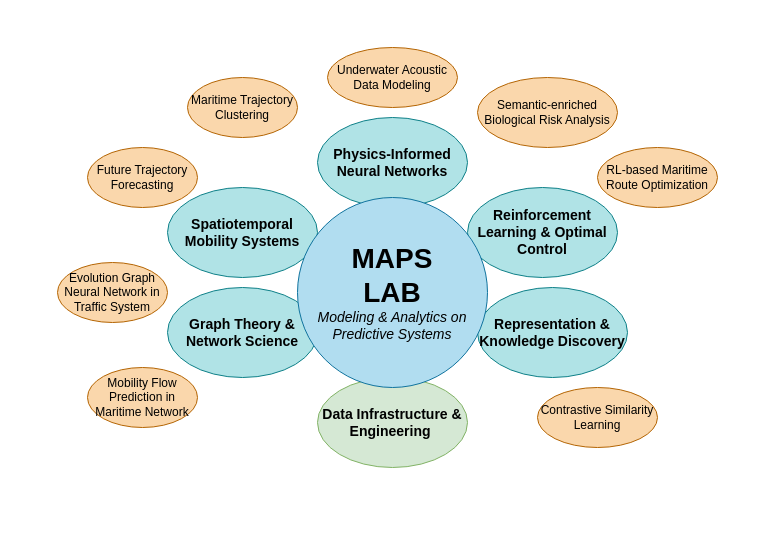
Earlier version of the draw.io diagram Images/MAPS.drawio (tsuzzy/Portfolio). Source tidied: cells renumbered, new cells numbered last; positions are measured from the earlier drawing's top-left corner, leaving out a move shared by most shapes. Both pictures are drawn from the tidied source at 100%, with x=0, y=0 at pixel (57, 47).
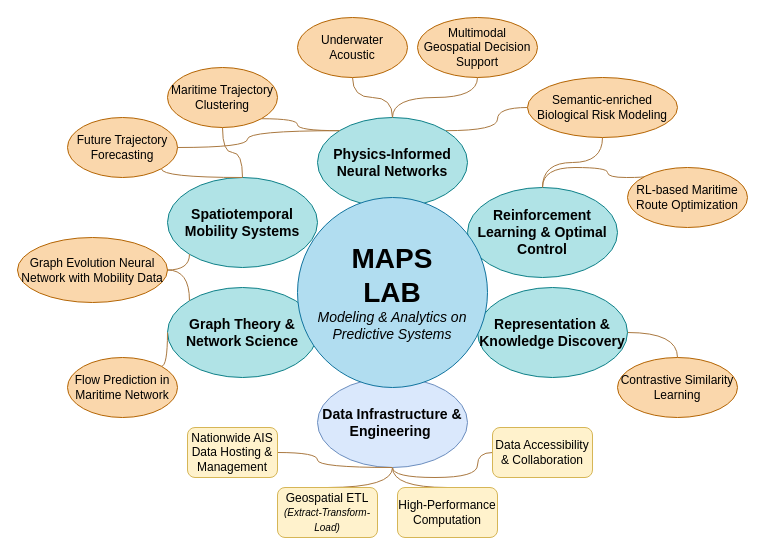
After the change.

The change refers to these unchanged cells:
```xml
<mxCell id="2" value="&lt;b&gt;&lt;font style=&quot;font-size: 14px;&quot;&gt;Physics-Informed Neural Networks&lt;/font&gt;&lt;/b&gt;" style="ellipse;whiteSpace=wrap;html=1;fillColor=#b0e3e6;strokeColor=#0e8088;" parent="1" vertex="1">
  <mxGeometry x="260" y="70" width="150" height="90" as="geometry" />
</mxCell>
<mxCell id="5" value="&lt;font style=&quot;font-size: 14px;&quot;&gt;&lt;b&gt;Reinforcement Learning &amp;amp; Optimal Control&lt;/b&gt;&lt;/font&gt;" style="ellipse;whiteSpace=wrap;html=1;fillColor=#b0e3e6;strokeColor=#0e8088;" parent="1" vertex="1">
  <mxGeometry x="410" y="140" width="150" height="90" as="geometry" />
</mxCell>
<mxCell id="6" value="&lt;font style=&quot;font-size: 14px;&quot;&gt;&lt;b&gt;Representation &amp;amp; Knowledge Discovery&lt;/b&gt;&lt;/font&gt;" style="ellipse;whiteSpace=wrap;html=1;fillColor=#b0e3e6;strokeColor=#0e8088;" parent="1" vertex="1">
  <mxGeometry x="420" y="240" width="150" height="90" as="geometry" />
</mxCell>
<mxCell id="7" value="&lt;b&gt;&lt;font style=&quot;font-size: 14px;&quot;&gt;Graph Theory &amp;amp; Network Science&lt;/font&gt;&lt;/b&gt;" style="ellipse;whiteSpace=wrap;html=1;fillColor=#b0e3e6;strokeColor=#0e8088;" parent="1" vertex="1">
  <mxGeometry x="110" y="240" width="150" height="90" as="geometry" />
</mxCell>
```

Change to the diagram source:
```diff
@@
+    <mxCell id="17" style="edgeStyle=orthogonalEdgeStyle;rounded=0;jettySize=auto;html=1;exitX=1;exitY=0;exitDx=0;exitDy=0;entryX=0;entryY=0.5;entryDx=0;entryDy=0;endArrow=none;endFill=0;curved=1;strokeColor=light-dark(#aa7941, #ededed);" parent="1" edge="1" source="2" target="16">
+      <mxGeometry relative="1" as="geometry" />
+    </mxCell>
@@
+    <mxCell id="18" style="edgeStyle=orthogonalEdgeStyle;rounded=0;jettySize=auto;html=1;exitX=1;exitY=1;exitDx=0;exitDy=0;entryX=0;entryY=0;entryDx=0;entryDy=0;strokeColor=light-dark(#aa7941, #ededed);curved=1;endArrow=none;endFill=0;" parent="1" edge="1" source="3" target="2">
+      <mxGeometry relative="1" as="geometry" />
+    </mxCell>
+    <mxCell id="19" style="edgeStyle=orthogonalEdgeStyle;rounded=0;jettySize=auto;html=1;exitX=0.5;exitY=1;exitDx=0;exitDy=0;entryX=0.5;entryY=0;entryDx=0;entryDy=0;strokeColor=light-dark(#aa7941, #ededed);curved=1;endArrow=none;endFill=0;" parent="1" edge="1" source="3" target="4">
+      <mxGeometry relative="1" as="geometry" />
+    </mxCell>
     <mxCell id="3" value="Maritime Trajectory Clustering" style="ellipse;whiteSpace=wrap;html=1;fillColor=#fad7ac;strokeColor=#b46504;" parent="1" vertex="1">
-      <mxGeometry x="130" y="30" width="110" height="60" as="geometry" />
+      <mxGeometry x="110" y="20" width="110" height="60" as="geometry" />
     </mxCell>
     <mxCell id="4" value="&lt;font style=&quot;font-size: 14px;&quot;&gt;&lt;b&gt;Spatiotemporal Mobility Systems&lt;/b&gt;&lt;/font&gt;" style="ellipse;whiteSpace=wrap;html=1;fillColor=#b0e3e6;strokeColor=#0e8088;" parent="1" vertex="1">
-      <mxGeometry x="110" y="140" width="150" height="90" as="geometry" />
+      <mxGeometry x="110" y="130" width="150" height="90" as="geometry" />
     </mxCell>
@@
+    <mxCell id="20" style="edgeStyle=orthogonalEdgeStyle;rounded=0;jettySize=auto;html=1;exitX=1;exitY=0.5;exitDx=0;exitDy=0;entryX=0.5;entryY=0;entryDx=0;entryDy=0;curved=1;endArrow=none;endFill=0;strokeColor=light-dark(#aa7941, #ededed);" parent="1" edge="1" source="6" target="12">
+      <mxGeometry relative="1" as="geometry" />
+    </mxCell>
@@
+    <mxCell id="21" style="edgeStyle=orthogonalEdgeStyle;rounded=0;jettySize=auto;html=1;exitX=0.5;exitY=1;exitDx=0;exitDy=0;entryX=0.5;entryY=0;entryDx=0;entryDy=0;curved=1;endArrow=none;endFill=0;strokeColor=light-dark(#aa7941, #ededed);" parent="1" edge="1" source="8" target="36">
+      <mxGeometry relative="1" as="geometry" />
+    </mxCell>
+    <mxCell id="22" style="edgeStyle=orthogonalEdgeStyle;rounded=0;jettySize=auto;html=1;exitX=0.5;exitY=1;exitDx=0;exitDy=0;entryX=0.5;entryY=0;entryDx=0;entryDy=0;curved=1;endArrow=none;endFill=0;strokeColor=light-dark(#aa7941, #ededed);" parent="1" edge="1" source="8" target="37">
+      <mxGeometry relative="1" as="geometry" />
+    </mxCell>
+    <mxCell id="23" style="edgeStyle=orthogonalEdgeStyle;rounded=0;jettySize=auto;html=1;exitX=0.5;exitY=1;exitDx=0;exitDy=0;entryX=0;entryY=0.5;entryDx=0;entryDy=0;strokeColor=light-dark(#aa7941, #ededed);curved=1;endArrow=none;endFill=0;" parent="1" edge="1" source="8" target="38">
+      <mxGeometry relative="1" as="geometry">
+        <Array as="points">
+          <mxPoint x="335" y="430" />
+          <mxPoint x="420" y="430" />
+          <mxPoint x="420" y="405" />
+        </Array>
+      </mxGeometry>
+    </mxCell>
-    <mxCell id="8" value="&lt;b&gt;&lt;font style=&quot;font-size: 14px;&quot;&gt;Data Infrastructure &amp;amp; Engineering&amp;nbsp;&lt;/font&gt;&lt;/b&gt;" style="ellipse;whiteSpace=wrap;html=1;fillColor=#d5e8d4;strokeColor=#82b366;" parent="1" vertex="1">
+    <mxCell id="8" value="&lt;b&gt;&lt;font style=&quot;font-size: 14px;&quot;&gt;Data Infrastructure &amp;amp; Engineering&amp;nbsp;&lt;/font&gt;&lt;/b&gt;" style="ellipse;whiteSpace=wrap;html=1;fillColor=#dae8fc;strokeColor=#6c8ebf;" parent="1" vertex="1">
       <mxGeometry x="260" y="330" width="150" height="90" as="geometry" />
     </mxCell>
@@
+    <mxCell id="24" style="edgeStyle=orthogonalEdgeStyle;rounded=0;jettySize=auto;html=1;exitX=1;exitY=0.5;exitDx=0;exitDy=0;entryX=0;entryY=0;entryDx=0;entryDy=0;curved=1;endArrow=none;endFill=0;strokeColor=light-dark(#aa7941, #ededed);" parent="1" edge="1" source="10" target="2">
+      <mxGeometry relative="1" as="geometry" />
+    </mxCell>
+    <mxCell id="25" style="edgeStyle=orthogonalEdgeStyle;rounded=0;jettySize=auto;html=1;exitX=1;exitY=1;exitDx=0;exitDy=0;entryX=0.5;entryY=0;entryDx=0;entryDy=0;curved=1;endArrow=none;endFill=0;strokeColor=light-dark(#aa7941, #ededed);" parent="1" edge="1" source="10" target="4">
+      <mxGeometry relative="1" as="geometry">
+        <Array as="points">
+          <mxPoint x="104" y="130" />
+        </Array>
+      </mxGeometry>
+    </mxCell>
     <mxCell id="10" value="Future Trajectory Forecasting" style="ellipse;whiteSpace=wrap;html=1;fillColor=#fad7ac;strokeColor=#b46504;" parent="1" vertex="1">
-      <mxGeometry x="30" y="100" width="110" height="60" as="geometry" />
+      <mxGeometry x="10" y="70" width="110" height="60" as="geometry" />
     </mxCell>
+    <mxCell id="26" style="edgeStyle=orthogonalEdgeStyle;rounded=0;jettySize=auto;html=1;exitX=0;exitY=0;exitDx=0;exitDy=0;entryX=0.5;entryY=0;entryDx=0;entryDy=0;curved=1;endArrow=none;endFill=0;strokeColor=light-dark(#aa7941, #ededed);" parent="1" edge="1" source="11" target="5">
+      <mxGeometry relative="1" as="geometry">
+        <Array as="points">
+          <mxPoint x="588" y="130" />
+          <mxPoint x="550" y="130" />
+          <mxPoint x="550" y="120" />
+          <mxPoint x="485" y="120" />
+        </Array>
+      </mxGeometry>
+    </mxCell>
     <mxCell id="11" value="RL-based Maritime Route Optimization" style="ellipse;whiteSpace=wrap;html=1;fillColor=#fad7ac;strokeColor=#b46504;" parent="1" vertex="1">
-      <mxGeometry x="540" y="100" width="120" height="60" as="geometry" />
+      <mxGeometry x="570" y="120" width="120" height="60" as="geometry" />
     </mxCell>
     <mxCell id="12" value="Contrastive Similarity Learning" style="ellipse;whiteSpace=wrap;html=1;fillColor=#fad7ac;strokeColor=#b46504;" parent="1" vertex="1">
-      <mxGeometry x="480" y="340" width="120" height="60" as="geometry" />
+      <mxGeometry x="560" y="310" width="120" height="60" as="geometry" />
     </mxCell>
+    <mxCell id="27" style="edgeStyle=orthogonalEdgeStyle;rounded=0;jettySize=auto;html=1;exitX=1;exitY=0.5;exitDx=0;exitDy=0;entryX=0;entryY=1;entryDx=0;entryDy=0;curved=1;strokeColor=light-dark(#aa7941, #ededed);endArrow=none;endFill=0;" parent="1" edge="1" source="13" target="4">
+      <mxGeometry relative="1" as="geometry" />
+    </mxCell>
+    <mxCell id="28" style="edgeStyle=orthogonalEdgeStyle;rounded=0;jettySize=auto;html=1;exitX=1;exitY=0.5;exitDx=0;exitDy=0;entryX=0;entryY=0;entryDx=0;entryDy=0;curved=1;strokeColor=light-dark(#aa7941, #ededed);endArrow=none;endFill=0;" parent="1" edge="1" source="13" target="7">
+      <mxGeometry relative="1" as="geometry" />
+    </mxCell>
-    <mxCell id="13" value="Evolution Graph Neural Network in Traffic System" style="ellipse;whiteSpace=wrap;html=1;fillColor=#fad7ac;strokeColor=#b46504;" parent="1" vertex="1">
-      <mxGeometry y="215" width="110" height="60" as="geometry" />
+    <mxCell id="13" value="Graph&amp;nbsp;Evolution&amp;nbsp;Neural Network with Mobility Data" style="ellipse;whiteSpace=wrap;html=1;fillColor=#fad7ac;strokeColor=#b46504;" parent="1" vertex="1">
+      <mxGeometry x="-40" y="190" width="150" height="65" as="geometry" />
     </mxCell>
+    <mxCell id="29" style="edgeStyle=orthogonalEdgeStyle;rounded=0;jettySize=auto;html=1;exitX=1;exitY=0;exitDx=0;exitDy=0;entryX=0;entryY=0.5;entryDx=0;entryDy=0;curved=1;endArrow=none;endFill=0;strokeColor=light-dark(#aa7941, #ededed);" parent="1" edge="1" source="14" target="7">
+      <mxGeometry relative="1" as="geometry" />
+    </mxCell>
-    <mxCell id="14" value="Mobility Flow Prediction in Maritime Network" style="ellipse;whiteSpace=wrap;html=1;fillColor=#fad7ac;strokeColor=#b46504;" parent="1" vertex="1">
-      <mxGeometry x="30" y="320" width="110" height="60" as="geometry" />
+    <mxCell id="14" value="Flow Prediction in Maritime Network" style="ellipse;whiteSpace=wrap;html=1;fillColor=#fad7ac;strokeColor=#b46504;" parent="1" vertex="1">
+      <mxGeometry x="10" y="310" width="110" height="60" as="geometry" />
     </mxCell>
+    <mxCell id="30" style="edgeStyle=orthogonalEdgeStyle;rounded=0;jettySize=auto;html=1;exitX=0.5;exitY=1;exitDx=0;exitDy=0;entryX=0.5;entryY=0;entryDx=0;entryDy=0;curved=1;strokeColor=light-dark(#aa7941, #ededed);endArrow=none;endFill=0;" parent="1" edge="1" source="15" target="2">
+      <mxGeometry relative="1" as="geometry" />
+    </mxCell>
-    <mxCell id="15" value="Underwater Acoustic Data Modeling" style="ellipse;whiteSpace=wrap;html=1;fillColor=#fad7ac;strokeColor=#b46504;" parent="1" vertex="1">
-      <mxGeometry x="270" width="130" height="60" as="geometry" />
+    <mxCell id="15" value="Underwater Acoustic" style="ellipse;whiteSpace=wrap;html=1;fillColor=#fad7ac;strokeColor=#b46504;" parent="1" vertex="1">
+      <mxGeometry x="240" y="-30" width="110" height="60" as="geometry" />
     </mxCell>
+    <mxCell id="31" style="edgeStyle=orthogonalEdgeStyle;rounded=0;jettySize=auto;html=1;exitX=0.5;exitY=1;exitDx=0;exitDy=0;entryX=0.5;entryY=0;entryDx=0;entryDy=0;curved=1;endArrow=none;endFill=0;strokeColor=light-dark(#aa7941, #ededed);" parent="1" edge="1" source="16" target="5">
+      <mxGeometry relative="1" as="geometry" />
+    </mxCell>
-    <mxCell id="16" value="Semantic-enriched Biological Risk Analysis" style="ellipse;whiteSpace=wrap;html=1;fillColor=#fad7ac;strokeColor=#b46504;" parent="1" vertex="1">
-      <mxGeometry x="420" y="30" width="140" height="70" as="geometry" />
+    <mxCell id="16" value="Semantic-enriched Biological Risk Modeling" style="ellipse;whiteSpace=wrap;html=1;fillColor=#fad7ac;strokeColor=#b46504;" parent="1" vertex="1">
+      <mxGeometry x="470" y="30" width="150" height="60" as="geometry" />
     </mxCell>
+    <mxCell id="32" style="edgeStyle=orthogonalEdgeStyle;rounded=0;jettySize=auto;html=1;exitX=0.5;exitY=1;exitDx=0;exitDy=0;curved=1;strokeColor=light-dark(#aa7941, #ededed);endArrow=none;endFill=0;" parent="1" edge="1" source="33" target="2">
+      <mxGeometry relative="1" as="geometry" />
+    </mxCell>
+    <mxCell id="33" value="Multimodal Geospatial Decision Support" style="ellipse;whiteSpace=wrap;html=1;fillColor=#fad7ac;strokeColor=#b46504;" parent="1" vertex="1">
+      <mxGeometry x="360" y="-30" width="120" height="60" as="geometry" />
+    </mxCell>
+    <mxCell id="34" style="edgeStyle=orthogonalEdgeStyle;rounded=0;jettySize=auto;html=1;exitX=1;exitY=0.5;exitDx=0;exitDy=0;entryX=0.5;entryY=1;entryDx=0;entryDy=0;endArrow=none;endFill=0;strokeColor=light-dark(#aa7941, #ededed);curved=1;" parent="1" edge="1" source="35" target="8">
+      <mxGeometry relative="1" as="geometry">
+        <Array as="points">
+          <mxPoint x="260" y="405" />
+          <mxPoint x="260" y="420" />
+        </Array>
+      </mxGeometry>
+    </mxCell>
+    <mxCell id="35" value="Nationwide AIS Data Hosting &amp;amp; Management" style="rounded=1;whiteSpace=wrap;html=1;fillColor=#fff2cc;strokeColor=#d6b656;" parent="1" vertex="1">
+      <mxGeometry x="130" y="380" width="90" height="50" as="geometry" />
+    </mxCell>
+    <mxCell id="36" value="&lt;div&gt;Geospatial ETL&lt;/div&gt;&lt;div&gt;&lt;i&gt;&lt;font style=&quot;font-size: 10px;&quot;&gt;(Extract-Transform-Load)&lt;/font&gt;&lt;/i&gt;&lt;/div&gt;" style="rounded=1;whiteSpace=wrap;html=1;fillColor=#fff2cc;strokeColor=#d6b656;" parent="1" vertex="1">
+      <mxGeometry x="220" y="440" width="100" height="50" as="geometry" />
+    </mxCell>
+    <mxCell id="37" value="High-Performance Computation" style="rounded=1;whiteSpace=wrap;html=1;fillColor=#fff2cc;strokeColor=#d6b656;" parent="1" vertex="1">
+      <mxGeometry x="340" y="440" width="100" height="50" as="geometry" />
+    </mxCell>
+    <mxCell id="38" value="Data Accessibility &amp;amp; Collaboration" style="rounded=1;whiteSpace=wrap;html=1;fillColor=#fff2cc;strokeColor=#d6b656;" parent="1" vertex="1">
+      <mxGeometry x="435" y="380" width="100" height="50" as="geometry" />
+    </mxCell>
```
